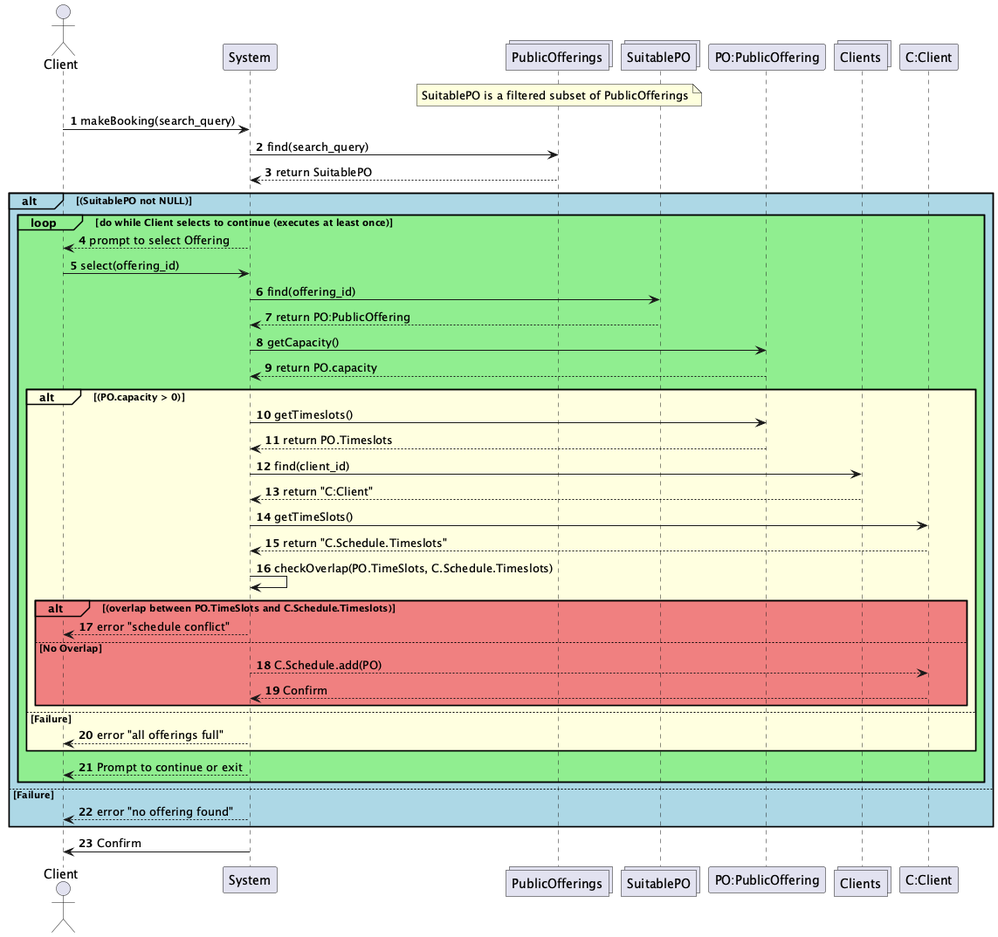
The PlantUML diagram UML-Diagrams/Interaction/Client/Client-Interactions_002.png in vibqetowi/soen-342-project, before a commit.
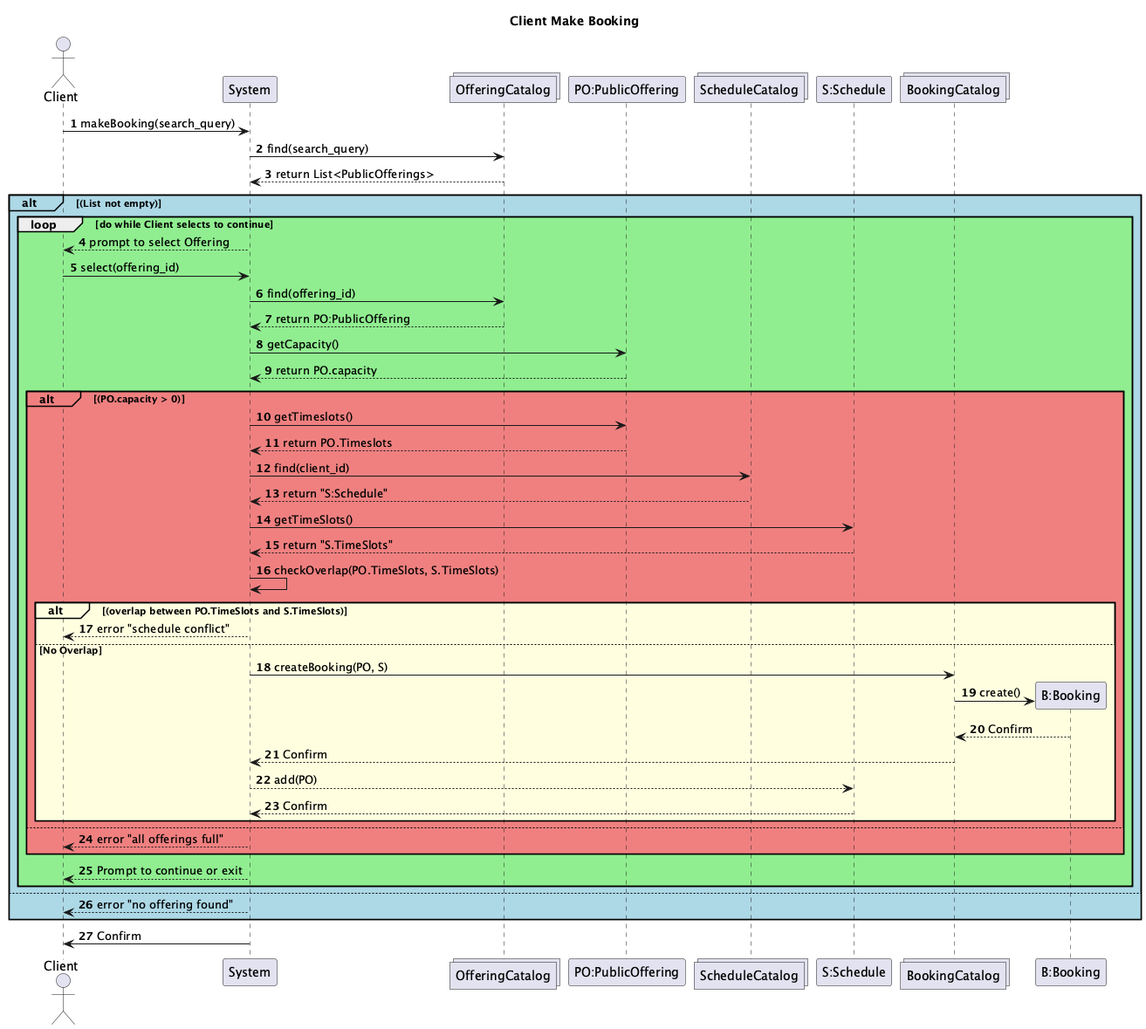
After the change.

Change to the diagram source:
```diff
@@ -1,49 +1,55 @@
 @startuml
 actor Client
 participant System
-collections PublicOfferings
-note over of PublicOfferings : SuitablePO is a filtered subset of PublicOfferings
-collections SuitablePO
+collections OfferingCatalog
 participant "PO:PublicOffering"
-collections Clients
-participant "C:Client"
+collections ScheduleCatalog
+participant "S:Schedule"
+collections BookingCatalog
+participant "B:Booking"
 
 autonumber
 
+title Client Make Booking
+
 Client -> System : makeBooking(search_query)
-System -> PublicOfferings : find(search_query)
-PublicOfferings --> System : return SuitablePO
+System -> OfferingCatalog : find(search_query)
+OfferingCatalog --> System : return List<PublicOfferings>
 
-alt#LightBlue #LightBlue (SuitablePO not NULL)
-    loop#LightGreen #LightGreen do while Client selects to continue (executes at least once)
+alt#LightBlue #LightBlue (List not empty)
+    loop #LightGreen do while Client selects to continue
         System --> Client : prompt to select Offering
         Client -> System : select(offering_id)
-        System -> SuitablePO : find(offering_id)
-        SuitablePO --> System : return PO:PublicOffering
+        System -> OfferingCatalog : find(offering_id)
+        OfferingCatalog --> System : return PO:PublicOffering
         System -> "PO:PublicOffering" : getCapacity()
         "PO:PublicOffering" --> System : return PO.capacity
 
-        alt#LightYellow #LightYellow (PO.capacity > 0)
+        alt#LightCoral #LightCoral (PO.capacity > 0)
             System -> "PO:PublicOffering" : getTimeslots()
             "PO:PublicOffering" --> System : return PO.Timeslots
-            System -> Clients : find(client_id)
-            Clients --> System : return "C:Client"
-            System -> "C:Client" : getTimeSlots()
-            "C:Client" --> System : return "C.Schedule.Timeslots"
-            System -> System : checkOverlap(PO.TimeSlots, C.Schedule.Timeslots)
+            System -> ScheduleCatalog : find(client_id)
+            ScheduleCatalog --> System : return "S:Schedule"
+            System -> "S:Schedule" : getTimeSlots()
+            "S:Schedule" --> System : return "S.TimeSlots"
+            System -> System : checkOverlap(PO.TimeSlots, S.TimeSlots)
 
-            alt#LightCoral #LightCoral (overlap between PO.TimeSlots and C.Schedule.Timeslots)
+            alt#LightYellow #LightYellow (overlap between PO.TimeSlots and S.TimeSlots)
                 System --> Client : error "schedule conflict"
-            else #LightCoral No Overlap
-                System --> "C:Client" : C.Schedule.add(PO)
-                "C:Client" --> System : Confirm
+            else No Overlap
+                System -> BookingCatalog : createBooking(PO, S)
+                BookingCatalog -> "B:Booking" **: create()
+                "B:Booking" --> BookingCatalog: Confirm
+                BookingCatalog --> System : Confirm
+                System --> "S:Schedule" : add(PO)
+                "S:Schedule" --> System : Confirm
             end
-        else #LightYellow Failure
+        else
             System --> Client : error "all offerings full"
         end
         System --> Client: Prompt to continue or exit
     end
-else #LightBlue Failure
+else
     System --> Client : error "no offering found"
 end
 System -> Client: Confirm
```
